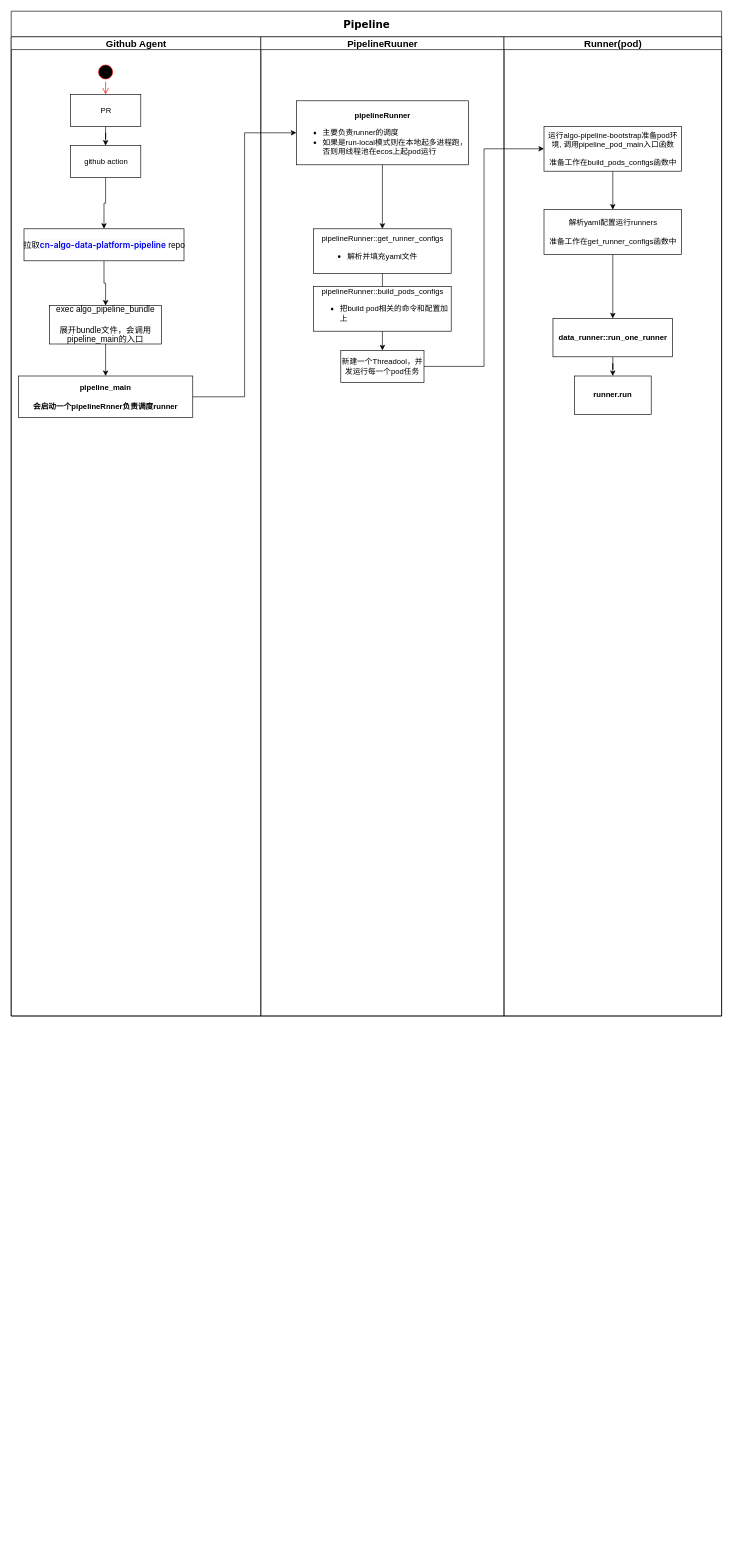
Above: page "第 2 页" (2 of 3) of drawio/TuSimple.drawio in a244591052/Skill-Learning (draw.io), before the change. Source tidied: cells renumbered, new cells numbered last; positions are measured from the earlier drawing's top-left corner, leaving out a move shared by most shapes. Both pictures are drawn from the tidied source at 64%, with x=0, y=0 at pixel (11, 11).
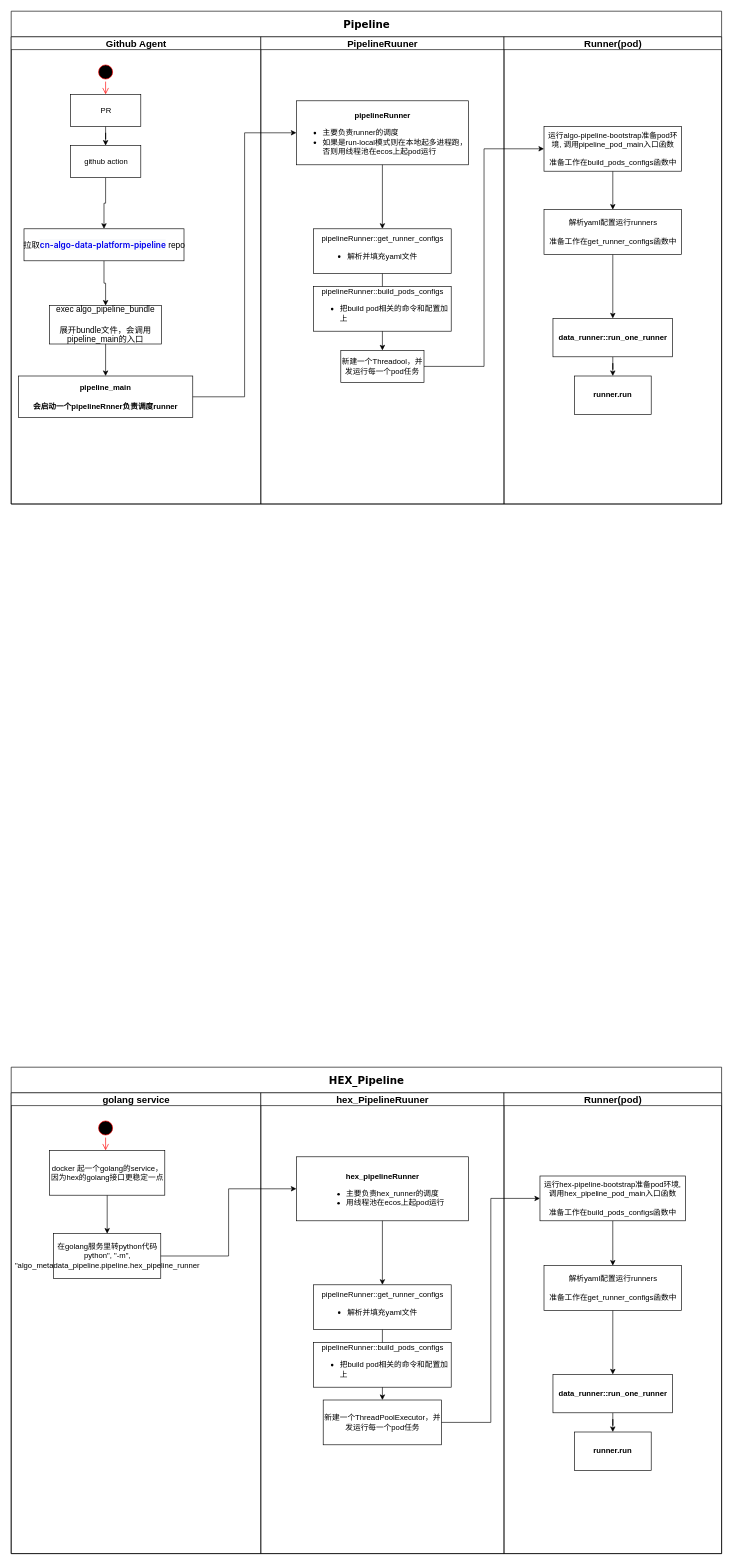
The same page after the edit.

The edit, as a diff of the source:
```diff
@@
     <mxCell id="2" value="&lt;font style=&quot;font-size: 16px;&quot;&gt;Pipeline&lt;/font&gt;" style="swimlane;html=1;startSize=40;rounded=0;shadow=0;comic=0;labelBackgroundColor=none;strokeWidth=1;fontFamily=Verdana;fontSize=12;align=center;" parent="1" vertex="1">
-      <mxGeometry width="1110" height="1570" as="geometry" />
+      <mxGeometry width="1110" height="770" as="geometry" />
     </mxCell>
     <mxCell id="3" value="&lt;font style=&quot;font-size: 15px;&quot;&gt;Github Agent&lt;/font&gt;" style="swimlane;html=1;startSize=20;" parent="2" vertex="1">
-      <mxGeometry y="40" width="390" height="1530" as="geometry" />
+      <mxGeometry y="40" width="390" height="730" as="geometry" />
     </mxCell>
@@
     <mxCell id="15" value="&lt;font style=&quot;font-size: 15px;&quot;&gt;PipelineRuuner&lt;/font&gt;" style="swimlane;html=1;startSize=20;" parent="2" vertex="1">
-      <mxGeometry x="390" y="40" width="380" height="1530" as="geometry" />
+      <mxGeometry x="390" y="40" width="380" height="730" as="geometry" />
     </mxCell>
@@
     <mxCell id="22" value="&lt;font style=&quot;font-size: 15px;&quot;&gt;Runner(pod)&lt;/font&gt;" style="swimlane;html=1;startSize=20;" parent="2" vertex="1">
-      <mxGeometry x="770" y="40" width="340" height="1530" as="geometry" />
+      <mxGeometry x="770" y="40" width="340" height="730" as="geometry" />
     </mxCell>
@@
+    <mxCell id="32" value="&lt;font style=&quot;font-size: 16px;&quot;&gt;HEX_Pipeline&lt;/font&gt;" style="swimlane;html=1;startSize=40;rounded=0;shadow=0;comic=0;labelBackgroundColor=none;strokeWidth=1;fontFamily=Verdana;fontSize=12;align=center;" parent="1" vertex="1">
+      <mxGeometry y="1650" width="1110" height="760" as="geometry" />
+    </mxCell>
+    <mxCell id="33" value="&lt;font style=&quot;font-size: 15px;&quot;&gt;golang service&lt;/font&gt;" style="swimlane;html=1;startSize=20;" parent="32" vertex="1">
+      <mxGeometry y="40" width="390" height="720" as="geometry" />
+    </mxCell>
+    <mxCell id="34" style="ellipse;html=1;shape=startState;fillColor=#000000;strokeColor=#ff0000;" parent="33" vertex="1">
+      <mxGeometry x="132.5" y="40" width="30" height="30" as="geometry" />
+    </mxCell>
+    <mxCell id="35" style="edgeStyle=orthogonalEdgeStyle;html=1;verticalAlign=bottom;endArrow=open;endSize=8;strokeColor=#ff0000;rounded=0;" parent="33" edge="1" source="34">
+      <mxGeometry relative="1" as="geometry">
+        <mxPoint x="147.5" y="90" as="targetPoint" />
+      </mxGeometry>
+    </mxCell>
+    <mxCell id="36" style="edgeStyle=none;rounded=0;jettySize=auto;html=1;exitX=0.5;exitY=1;exitDx=0;exitDy=0;fontSize=15;" parent="33" edge="1" source="37" target="38">
+      <mxGeometry relative="1" as="geometry" />
+    </mxCell>
+    <mxCell id="37" value="docker 起一个golang的service，&lt;br&gt;因为hex的golang接口更稳定一点" style="html=1;" parent="33" vertex="1">
+      <mxGeometry x="60" y="90" width="180" height="70" as="geometry" />
+    </mxCell>
+    <mxCell id="38" value="在golang服务里转python代码&lt;br&gt;python&quot;, &quot;-m&quot;, &lt;br&gt;&quot;algo_metadata_pipeline.pipeline.hex_pipeline_runner" style="html=1;fillColor=rgb(255, 255, 255);strokeColor=rgb(0, 0, 0);fontColor=rgb(0, 0, 0);" parent="33" vertex="1">
+      <mxGeometry x="66.2" y="220" width="167.5" height="70" as="geometry" />
+    </mxCell>
+    <mxCell id="39" value="&lt;font style=&quot;font-size: 15px;&quot;&gt;hex_PipelineRuuner&lt;/font&gt;" style="swimlane;html=1;startSize=20;" parent="32" vertex="1">
+      <mxGeometry x="390" y="40" width="380" height="720" as="geometry" />
+    </mxCell>
+    <mxCell id="40" value="&lt;b&gt;&lt;br&gt;hex_pipelineRunner&lt;/b&gt;&lt;br&gt;&lt;ul&gt;&lt;li style=&quot;text-align: left;&quot;&gt;主要负责hex_runner的调度&lt;/li&gt;&lt;li style=&quot;text-align: left;&quot;&gt;用线程池在ecos上起pod运行&lt;/li&gt;&lt;/ul&gt;" style="whiteSpace=wrap;html=1;fillColor=rgb(255, 255, 255);strokeColor=rgb(0, 0, 0);fontColor=rgb(0, 0, 0);" parent="39" vertex="1">
+      <mxGeometry x="55.6" y="100" width="268.8" height="100" as="geometry" />
+    </mxCell>
+    <mxCell id="41" value="&lt;font style=&quot;font-size: 12px;&quot;&gt;pipelineRunner::get_runner_configs&lt;br style=&quot;font-size: 12px;&quot;&gt;&lt;ul&gt;&lt;li style=&quot;text-align: left;&quot;&gt;&lt;span style=&quot;background-color: initial;&quot;&gt;解析并填充yaml文件&lt;/span&gt;&lt;/li&gt;&lt;/ul&gt;&lt;/font&gt;" style="rounded=0;whiteSpace=wrap;html=1;fontSize=12;" parent="39" vertex="1">
+      <mxGeometry x="82.5" y="300" width="215" height="70" as="geometry" />
+    </mxCell>
+    <mxCell id="42" style="edgeStyle=orthogonalEdgeStyle;rounded=0;jettySize=auto;html=1;exitX=0.5;exitY=1;exitDx=0;exitDy=0;entryX=0.5;entryY=0;entryDx=0;entryDy=0;fontSize=13;" parent="39" edge="1" source="40" target="41">
+      <mxGeometry relative="1" as="geometry" />
+    </mxCell>
+    <mxCell id="43" value="新建一个ThreadPoolExecutor，并发运行每一个pod任务" style="whiteSpace=wrap;html=1;fillColor=rgb(255, 255, 255);strokeColor=rgb(0, 0, 0);fontColor=rgb(0, 0, 0);" parent="39" vertex="1">
+      <mxGeometry x="97.5" y="480" width="185" height="70" as="geometry" />
+    </mxCell>
+    <mxCell id="44" style="edgeStyle=orthogonalEdgeStyle;rounded=0;jettySize=auto;html=1;exitX=0.5;exitY=1;exitDx=0;exitDy=0;entryX=0.5;entryY=0;entryDx=0;entryDy=0;fontSize=13;" parent="39" edge="1" source="41" target="43">
+      <mxGeometry relative="1" as="geometry" />
+    </mxCell>
+    <mxCell id="45" value="&lt;font style=&quot;font-size: 12px;&quot;&gt;pipelineRunner::build_pods_configs&lt;br style=&quot;font-size: 12px;&quot;&gt;&lt;ul&gt;&lt;li style=&quot;text-align: left;&quot;&gt;&lt;span style=&quot;background-color: initial;&quot;&gt;把build pod相关的命令和配置加上&lt;/span&gt;&lt;/li&gt;&lt;/ul&gt;&lt;/font&gt;" style="rounded=0;whiteSpace=wrap;html=1;fontSize=12;" parent="39" vertex="1">
+      <mxGeometry x="82.5" y="390" width="215" height="70" as="geometry" />
+    </mxCell>
+    <mxCell id="46" value="&lt;font style=&quot;font-size: 15px;&quot;&gt;Runner(pod)&lt;/font&gt;" style="swimlane;html=1;startSize=20;" parent="32" vertex="1">
+      <mxGeometry x="770" y="40" width="340" height="720" as="geometry" />
+    </mxCell>
+    <mxCell id="47" style="edgeStyle=orthogonalEdgeStyle;rounded=0;jettySize=auto;html=1;" parent="46" edge="1" source="48" target="49">
+      <mxGeometry relative="1" as="geometry" />
+    </mxCell>
+    <mxCell id="48" value="&lt;b&gt;data_runner::run_one_runner&lt;/b&gt;" style="whiteSpace=wrap;html=1;fillColor=rgb(255, 255, 255);strokeColor=rgb(0, 0, 0);fontColor=rgb(0, 0, 0);" parent="46" vertex="1">
+      <mxGeometry x="76.5" y="440" width="187" height="60" as="geometry" />
+    </mxCell>
+    <mxCell id="49" value="&lt;b&gt;runner.run&lt;/b&gt;" style="whiteSpace=wrap;html=1;fillColor=rgb(255, 255, 255);strokeColor=rgb(0, 0, 0);fontColor=rgb(0, 0, 0);" parent="46" vertex="1">
+      <mxGeometry x="110" y="530" width="120" height="60" as="geometry" />
+    </mxCell>
+    <mxCell id="50" style="rounded=0;jettySize=auto;html=1;exitX=0.5;exitY=1;exitDx=0;exitDy=0;entryX=0.5;entryY=0;entryDx=0;entryDy=0;fontSize=13;" parent="46" edge="1" source="51" target="53">
+      <mxGeometry relative="1" as="geometry" />
+    </mxCell>
+    <mxCell id="51" value="运行hex-pipeline-bootstrap准备pod环境, 调用hex_pipeline_pod_main入口函数&lt;br&gt;&lt;br&gt;准备工作在build_pods_configs函数中" style="rounded=0;whiteSpace=wrap;html=1;fontSize=12;" parent="46" vertex="1">
+      <mxGeometry x="56.2" y="130" width="227.5" height="70" as="geometry" />
+    </mxCell>
+    <mxCell id="52" style="edgeStyle=none;rounded=0;jettySize=auto;html=1;exitX=0.5;exitY=1;exitDx=0;exitDy=0;entryX=0.5;entryY=0;entryDx=0;entryDy=0;fontSize=13;" parent="46" edge="1" source="53" target="48">
+      <mxGeometry relative="1" as="geometry" />
+    </mxCell>
+    <mxCell id="53" value="解析yaml配置运行runners&lt;br&gt;&lt;br&gt;准备工作在get_runner_configs函数中" style="rounded=0;whiteSpace=wrap;html=1;fontSize=12;" parent="46" vertex="1">
+      <mxGeometry x="62.5" y="270" width="215" height="70" as="geometry" />
+    </mxCell>
+    <mxCell id="54" style="edgeStyle=orthogonalEdgeStyle;rounded=0;jettySize=auto;html=1;entryX=0;entryY=0.5;entryDx=0;entryDy=0;" parent="32" edge="1" source="38" target="40">
+      <mxGeometry relative="1" as="geometry" />
+    </mxCell>
+    <mxCell id="55" style="edgeStyle=orthogonalEdgeStyle;rounded=0;jettySize=auto;html=1;fontSize=13;entryX=0;entryY=0.5;entryDx=0;entryDy=0;" parent="32" edge="1" source="43" target="51">
+      <mxGeometry relative="1" as="geometry" />
+    </mxCell>
```
